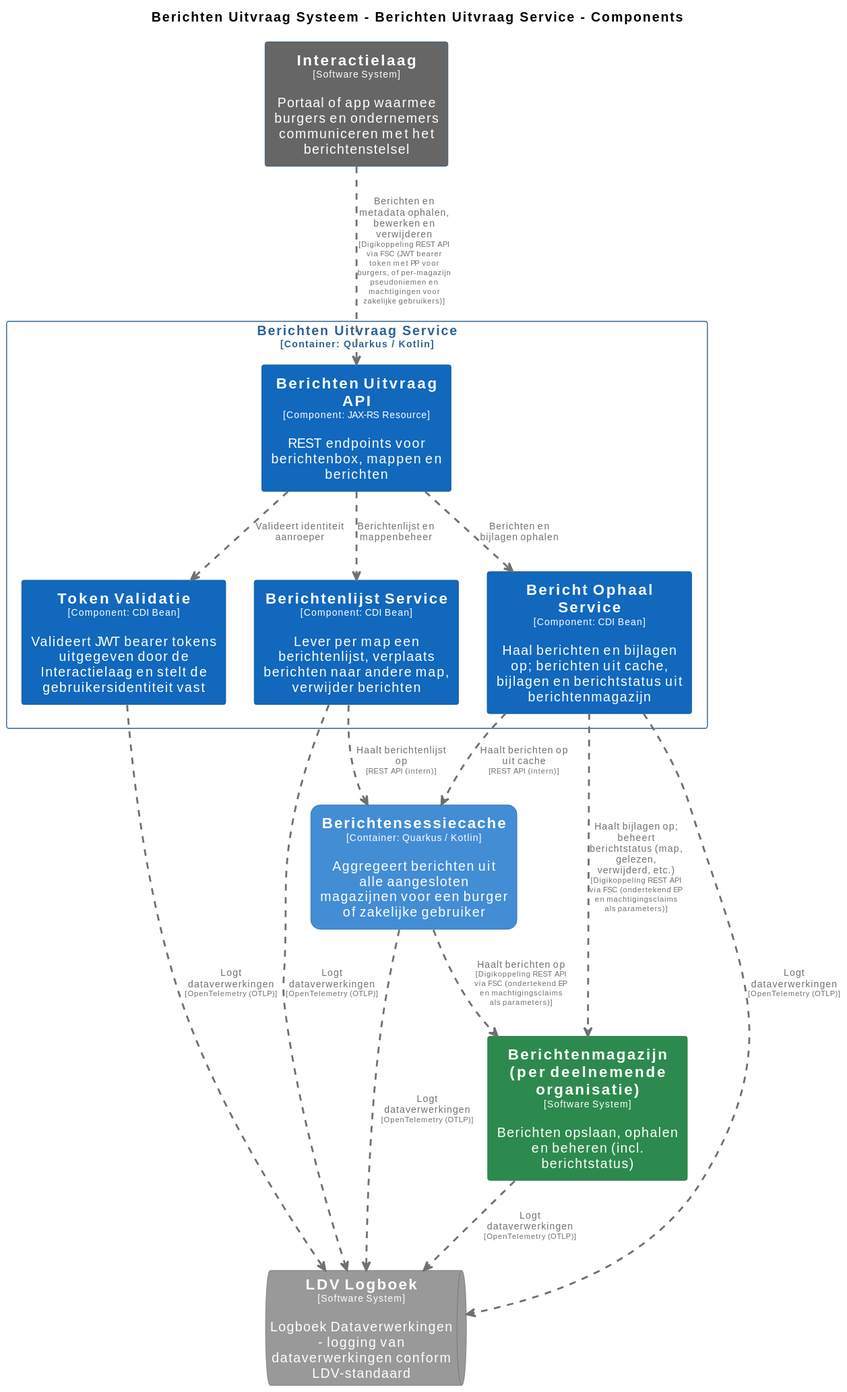
Before: pr-preview/pr-22/master/svg/BerichtenUitvraagServiceComponenten.svg, a diagram exported from PlantUML (MinBZK/moza-poc-fbs-berichtenbox). Its source is kept beside it as pr-preview/pr-22/master/puml/BerichtenUitvraagServiceComponenten.puml.
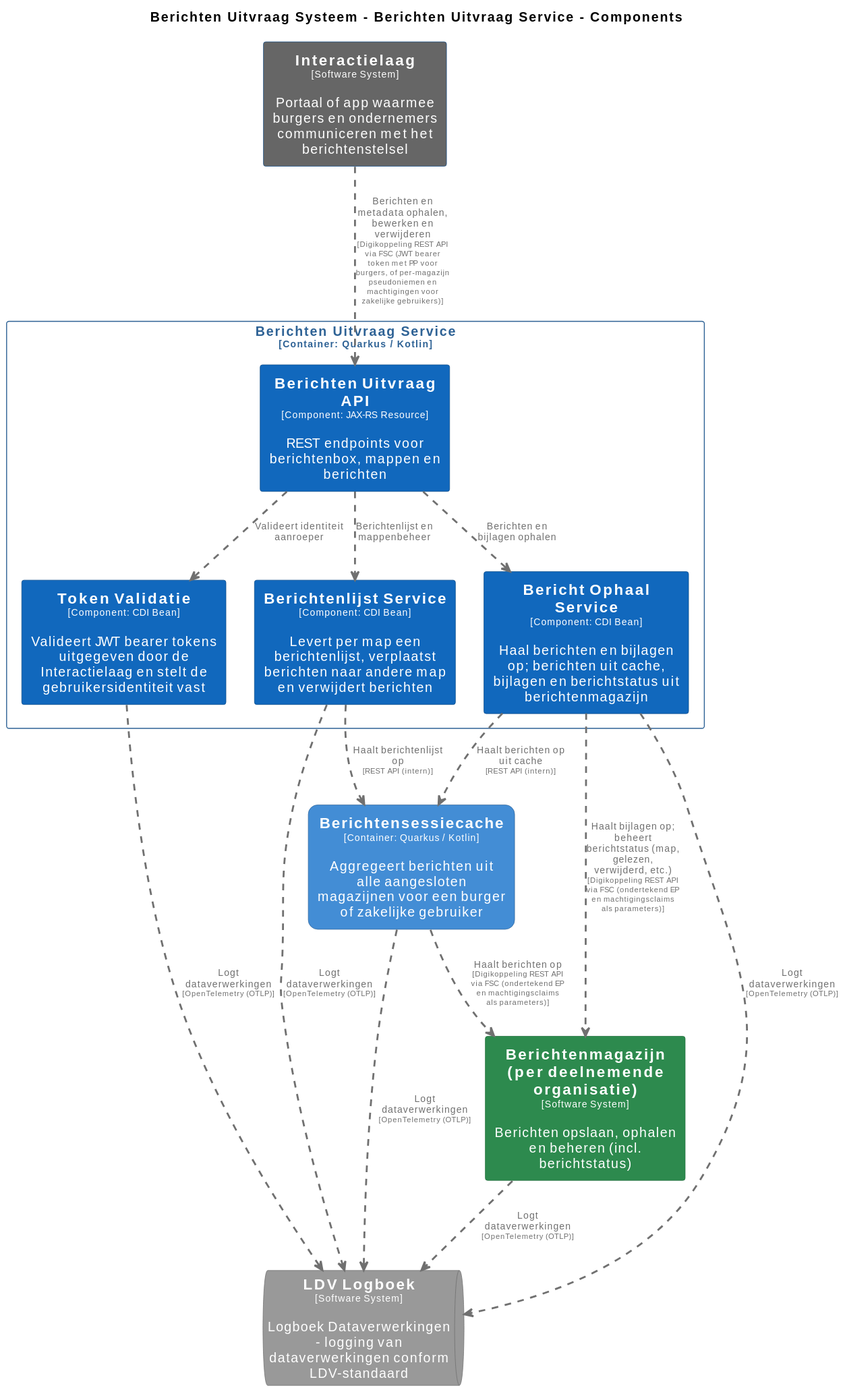
Above is the later version.

The edit, as a diff of the source:
```diff
@@ -78,7 +78,7 @@
 rectangle "Berichten Uitvraag Service\n<size:10>[Container: Quarkus / Kotlin]</size>" <<BerichtenUitvraagSysteem.BerichtenUitvraagService>> {
   rectangle "==Berichten Uitvraag API\n<size:10>[Component: JAX-RS Resource]</size>\n\nREST endpoints voor berichtenbox, mappen en berichten" <<BerichtenUitvraagSysteem.BerichtenUitvraagService.BerichtenUitvraagAPI>> as BerichtenUitvraagSysteem.BerichtenUitvraagService.BerichtenUitvraagAPI
   rectangle "==Token Validatie\n<size:10>[Component: CDI Bean]</size>\n\nValideert JWT bearer tokens uitgegeven door de Interactielaag en stelt de gebruikersidentiteit vast" <<BerichtenUitvraagSysteem.BerichtenUitvraagService.TokenValidatie>> as BerichtenUitvraagSysteem.BerichtenUitvraagService.TokenValidatie
-  rectangle "==Berichtenlijst Service\n<size:10>[Component: CDI Bean]</size>\n\nLever per map een berichtenlijst, verplaats berichten naar andere map, verwijder berichten" <<BerichtenUitvraagSysteem.BerichtenUitvraagService.BerichtenlijstService>> as BerichtenUitvraagSysteem.BerichtenUitvraagService.BerichtenlijstService
+  rectangle "==Berichtenlijst Service\n<size:10>[Component: CDI Bean]</size>\n\nLevert per map een berichtenlijst, verplaatst berichten naar andere map en verwijdert berichten" <<BerichtenUitvraagSysteem.BerichtenUitvraagService.BerichtenlijstService>> as BerichtenUitvraagSysteem.BerichtenUitvraagService.BerichtenlijstService
   rectangle "==Bericht Ophaal Service\n<size:10>[Component: CDI Bean]</size>\n\nHaal berichten en bijlagen op; berichten uit cache, bijlagen en berichtstatus uit berichtenmagazijn" <<BerichtenUitvraagSysteem.BerichtenUitvraagService.BerichtOphaalService>> as BerichtenUitvraagSysteem.BerichtenUitvraagService.BerichtOphaalService
 }
 
```
